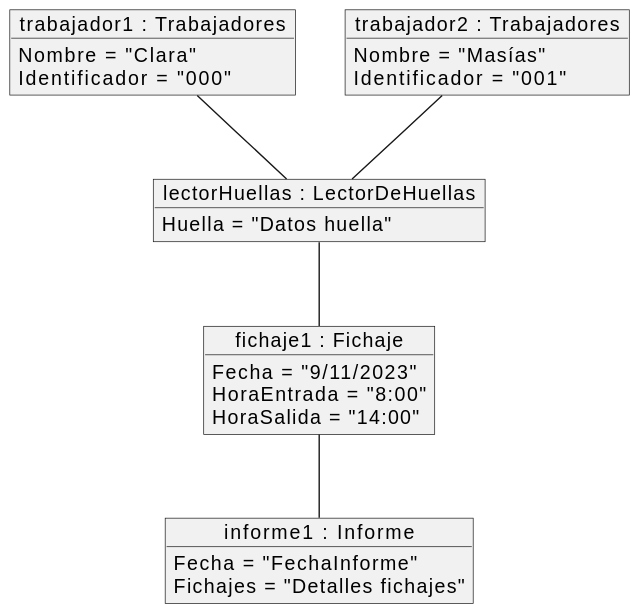
Before: imagenes/modelosUML/modeloDelDominio/diagramaDeObjetos/Diagrama de Objetos.svg, a diagram exported from PlantUML (mmasias/23-24-IdSw1-SDR). The source it was exported from:
```plantuml
@startuml
object "trabajador1 : Trabajadores" as trabajador1 {
    Nombre = "Clara"
    Identificador = "000"
}

object "trabajador2 : Trabajadores" as trabajador2 {
    Nombre = "Masías"
    Identificador = "001"
}

object "lectorHuellas : LectorDeHuellas" as lectorHuellas {
    Huella = "Datos huella"
}

object "fichaje1 : Fichaje" as fichaje1 {
    Fecha = "9/11/2023"
    HoraEntrada = "8:00"
    HoraSalida = "14:00"
}

object "informe1 : Informe" as informe1 {
    Fecha = "FechaInforme"
    Fichajes = "Detalles fichajes"
}

trabajador1 -- lectorHuellas
trabajador2 -- lectorHuellas
lectorHuellas -- fichaje1
fichaje1 -- informe1
@enduml
```
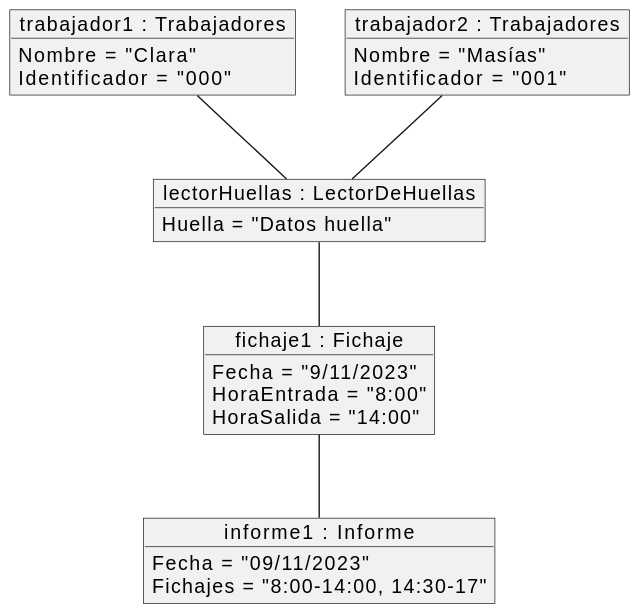
The same diagram one commit later.

The edit, as a diff of the source:
```diff
@@ -20,8 +20,8 @@
 }
 
 object "informe1 : Informe" as informe1 {
-    Fecha = "FechaInforme"
-    Fichajes = "Detalles fichajes"
+    Fecha = "09/11/2023"
+    Fichajes = "8:00-14:00, 14:30-17"
 }
 
 trabajador1 -- lectorHuellas
```
